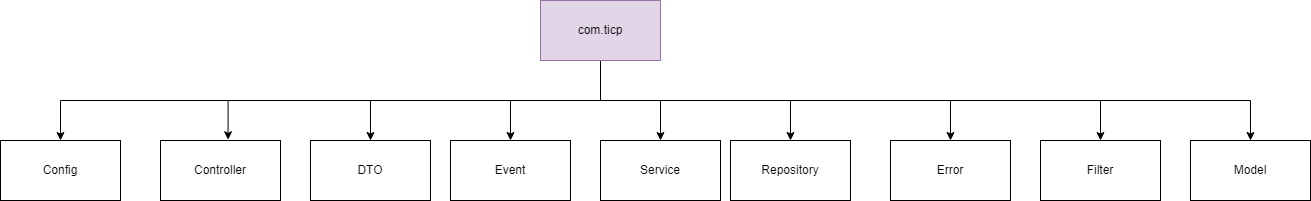
This is Res/diagrams/Backend File Structure.png from Assifar-Karim/The-Internet-Chkpt, a draw.io export, as it was before one commit. Source tidied: cells renumbered, new cells last; positions are measured from the earlier drawing's top-left corner, leaving out a move shared by most shapes.
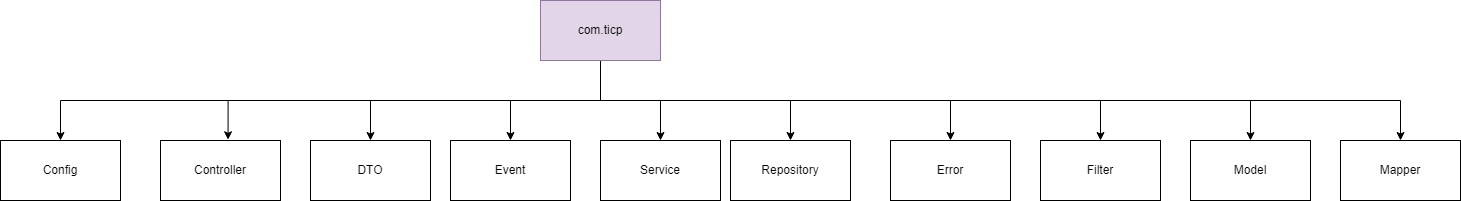
After the commit.

Commit message:
Add Mapper directory to backend file structure

Diff of the diagram source:
```diff
@@ -17,6 +17,14 @@
     <mxCell id="6" style="edgeStyle=orthogonalEdgeStyle;rounded=0;jettySize=auto;html=1;exitX=0.5;exitY=1;exitDx=0;exitDy=0;" parent="1" edge="1" source="7" target="12">
       <mxGeometry relative="1" as="geometry" />
     </mxCell>
+    <mxCell id="21" style="edgeStyle=orthogonalEdgeStyle;rounded=0;jettySize=auto;html=1;" parent="1" edge="1" source="7" target="22">
+      <mxGeometry relative="1" as="geometry">
+        <Array as="points">
+          <mxPoint x="600" y="100" />
+          <mxPoint x="1400" y="100" />
+        </Array>
+      </mxGeometry>
+    </mxCell>
     <mxCell id="7" value="com.ticp" style="rounded=0;whiteSpace=wrap;html=1;fillColor=#e1d5e7;strokeColor=#9673a6;" parent="1" vertex="1">
       <mxGeometry x="540" width="120" height="60" as="geometry" />
     </mxCell>
@@ -67,5 +75,8 @@
         <mxPoint x="620" y="100" as="sourcePoint" />
       </mxGeometry>
     </mxCell>
+    <mxCell id="22" value="Mapper" style="rounded=0;whiteSpace=wrap;html=1;" parent="1" vertex="1">
+      <mxGeometry x="1340" y="140" width="120" height="60" as="geometry" />
+    </mxCell>
   </root>
 </mxGraphModel>
```
